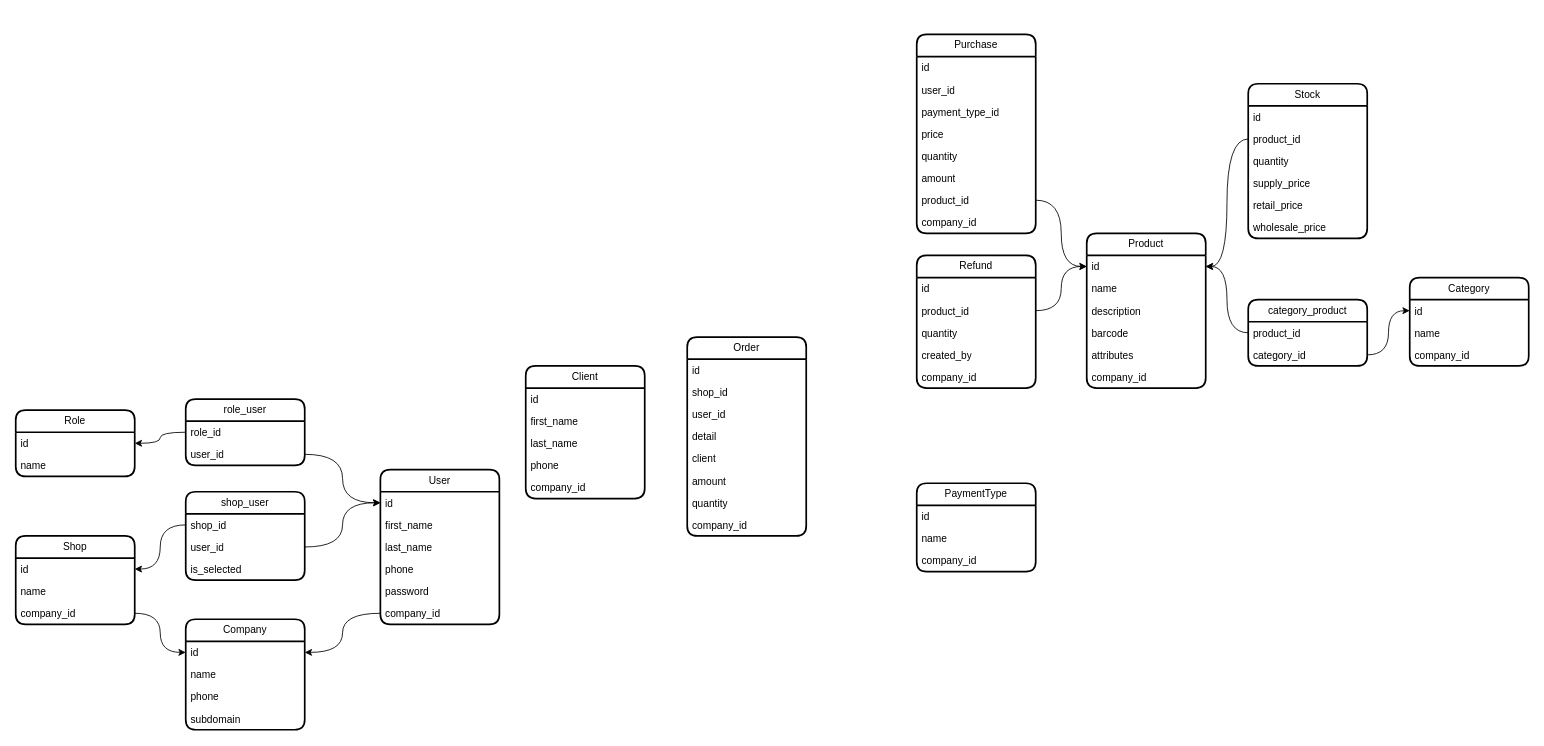
Before: page "v3" (1 of 3) of karsoft-wsm.drawio in iztileuoff/databases, a draw.io diagram. Source tidied: cells renumbered, new cells numbered last; positions are measured from the earlier drawing's top-left corner, leaving out a move shared by most shapes. Both pictures are drawn from the tidied source at 85%, with x=0, y=0 at pixel (15, 34).
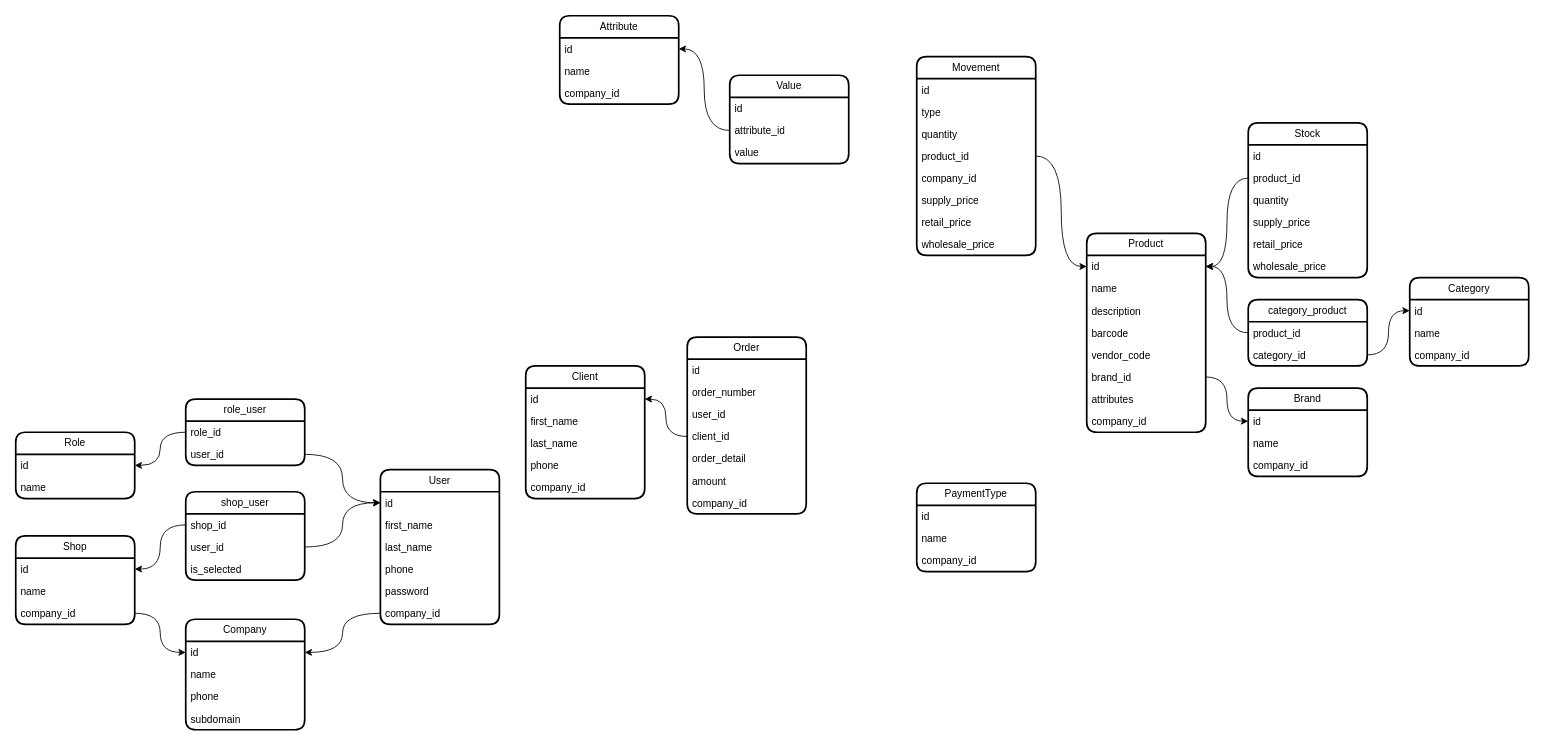
After the change.

Unchanged cells that the change refers to:
```xml
<mxCell id="14" value="id" style="text;strokeColor=none;fillColor=none;align=left;verticalAlign=top;spacingLeft=4;spacingRight=4;overflow=hidden;points=[[0,0.5],[1,0.5]];portConstraint=eastwest;whiteSpace=wrap;html=1;" parent="13" vertex="1">
  <mxGeometry y="26" width="140" height="26" as="geometry" />
</mxCell>
<mxCell id="88" value="id" style="text;strokeColor=none;fillColor=none;align=left;verticalAlign=top;spacingLeft=4;spacingRight=4;overflow=hidden;points=[[0,0.5],[1,0.5]];portConstraint=eastwest;whiteSpace=wrap;html=1;" parent="87" vertex="1">
  <mxGeometry y="26" width="140" height="26" as="geometry" />
</mxCell>
```

The edit, as a diff of the source:
```diff
@@
     <mxCell id="13" value="Product" style="swimlane;fontStyle=0;horizontal=1;startSize=26;fillColor=none;whiteSpace=wrap;html=1;rounded=1;shadow=0;glass=0;strokeWidth=2;" parent="1" vertex="1">
-      <mxGeometry x="1260" y="234" width="140" height="182" as="geometry" />
+      <mxGeometry x="1260" y="234" width="140" height="234" as="geometry" />
     </mxCell>
@@
+    <mxCell id="94" value="vendor_code" style="text;strokeColor=none;fillColor=none;align=left;verticalAlign=top;spacingLeft=4;spacingRight=4;overflow=hidden;whiteSpace=wrap;html=1;" parent="13" vertex="1">
+      <mxGeometry y="130" width="140" height="26" as="geometry" />
+    </mxCell>
+    <mxCell id="95" value="brand_id" style="text;strokeColor=none;fillColor=none;align=left;verticalAlign=top;spacingLeft=4;spacingRight=4;overflow=hidden;points=[[0,0.5],[1,0.5]];portConstraint=eastwest;whiteSpace=wrap;html=1;" parent="13" vertex="1">
+      <mxGeometry y="156" width="140" height="26" as="geometry" />
+    </mxCell>
     <mxCell id="18" value="attributes" style="text;strokeColor=none;fillColor=none;align=left;verticalAlign=top;spacingLeft=4;spacingRight=4;overflow=hidden;whiteSpace=wrap;html=1;" parent="13" vertex="1">
-      <mxGeometry y="130" width="140" height="26" as="geometry" />
+      <mxGeometry y="182" width="140" height="26" as="geometry" />
     </mxCell>
     <mxCell id="19" value="company_id" style="text;strokeColor=none;fillColor=none;align=left;verticalAlign=top;spacingLeft=4;spacingRight=4;overflow=hidden;whiteSpace=wrap;html=1;" parent="13" vertex="1">
-      <mxGeometry y="156" width="140" height="26" as="geometry" />
+      <mxGeometry y="208" width="140" height="26" as="geometry" />
     </mxCell>
@@
     <mxCell id="24" value="Stock" style="swimlane;fontStyle=0;horizontal=1;startSize=26;fillColor=none;whiteSpace=wrap;html=1;rounded=1;shadow=0;glass=0;strokeWidth=2;" parent="1" vertex="1">
-      <mxGeometry x="1450" y="58" width="140" height="182" as="geometry" />
+      <mxGeometry x="1450" y="104" width="140" height="182" as="geometry" />
     </mxCell>
@@
     <mxCell id="32" value="Order" style="swimlane;fontStyle=0;horizontal=1;startSize=26;fillColor=none;whiteSpace=wrap;html=1;rounded=1;shadow=0;glass=0;strokeWidth=2;" parent="1" vertex="1">
-      <mxGeometry x="790" y="356" width="140" height="234" as="geometry" />
+      <mxGeometry x="790" y="356" width="140" height="208" as="geometry" />
     </mxCell>
@@
-    <mxCell id="34" value="shop_id" style="text;strokeColor=none;fillColor=none;align=left;verticalAlign=top;spacingLeft=4;spacingRight=4;overflow=hidden;whiteSpace=wrap;html=1;" parent="32" vertex="1">
-      <mxGeometry y="52" width="140" height="26" as="geometry" />
-    </mxCell>
+    <mxCell id="96" value="order_number" style="text;strokeColor=none;fillColor=none;align=left;verticalAlign=top;spacingLeft=4;spacingRight=4;overflow=hidden;whiteSpace=wrap;html=1;" parent="32" vertex="1">
+      <mxGeometry y="52" width="140" height="26" as="geometry" />
+    </mxCell>
@@
+    <mxCell id="97" value="client_id" style="text;strokeColor=none;fillColor=none;align=left;verticalAlign=top;spacingLeft=4;spacingRight=4;overflow=hidden;points=[[0,0.5],[1,0.5]];portConstraint=eastwest;whiteSpace=wrap;html=1;" parent="32" vertex="1">
+      <mxGeometry y="104" width="140" height="26" as="geometry" />
+    </mxCell>
-    <mxCell id="36" value="detail" style="text;strokeColor=none;fillColor=none;align=left;verticalAlign=top;spacingLeft=4;spacingRight=4;overflow=hidden;whiteSpace=wrap;html=1;" parent="32" vertex="1">
-      <mxGeometry y="104" width="140" height="26" as="geometry" />
+    <mxCell id="36" value="order_detail" style="text;strokeColor=none;fillColor=none;align=left;verticalAlign=top;spacingLeft=4;spacingRight=4;overflow=hidden;whiteSpace=wrap;html=1;" parent="32" vertex="1">
+      <mxGeometry y="130" width="140" height="26" as="geometry" />
     </mxCell>
-    <mxCell id="37" value="client" style="text;strokeColor=none;fillColor=none;align=left;verticalAlign=top;spacingLeft=4;spacingRight=4;overflow=hidden;whiteSpace=wrap;html=1;" parent="32" vertex="1">
-      <mxGeometry y="130" width="140" height="26" as="geometry" />
-    </mxCell>
@@
-    <mxCell id="39" value="quantity" style="text;strokeColor=none;fillColor=none;align=left;verticalAlign=top;spacingLeft=4;spacingRight=4;overflow=hidden;whiteSpace=wrap;html=1;" parent="32" vertex="1">
-      <mxGeometry y="182" width="140" height="26" as="geometry" />
-    </mxCell>
     <mxCell id="40" value="company_id" style="text;strokeColor=none;fillColor=none;align=left;verticalAlign=top;spacingLeft=4;spacingRight=4;overflow=hidden;whiteSpace=wrap;html=1;" parent="32" vertex="1">
-      <mxGeometry y="208" width="140" height="26" as="geometry" />
+      <mxGeometry y="182" width="140" height="26" as="geometry" />
     </mxCell>
@@
-    <mxCell id="45" value="Purchase" style="swimlane;fontStyle=0;horizontal=1;startSize=26;fillColor=none;whiteSpace=wrap;html=1;rounded=1;shadow=0;glass=0;strokeWidth=2;" parent="1" vertex="1">
-      <mxGeometry x="1060" width="140" height="234" as="geometry" />
+    <mxCell id="45" value="Movement" style="swimlane;fontStyle=0;horizontal=1;startSize=26;fillColor=none;whiteSpace=wrap;html=1;rounded=1;shadow=0;glass=0;strokeWidth=2;" parent="1" vertex="1">
+      <mxGeometry x="1060" y="26" width="140" height="234" as="geometry" />
     </mxCell>
@@
-    <mxCell id="47" value="user_id" style="text;strokeColor=none;fillColor=none;align=left;verticalAlign=top;spacingLeft=4;spacingRight=4;overflow=hidden;whiteSpace=wrap;html=1;" parent="45" vertex="1">
-      <mxGeometry y="52" width="140" height="26" as="geometry" />
-    </mxCell>
-    <mxCell id="48" value="payment_type_id" style="text;strokeColor=none;fillColor=none;align=left;verticalAlign=top;spacingLeft=4;spacingRight=4;overflow=hidden;whiteSpace=wrap;html=1;" parent="45" vertex="1">
-      <mxGeometry y="78" width="140" height="26" as="geometry" />
-    </mxCell>
-    <mxCell id="49" value="price" style="text;strokeColor=none;fillColor=none;align=left;verticalAlign=top;spacingLeft=4;spacingRight=4;overflow=hidden;whiteSpace=wrap;html=1;" parent="45" vertex="1">
-      <mxGeometry y="104" width="140" height="26" as="geometry" />
-    </mxCell>
+    <mxCell id="98" value="type" style="text;strokeColor=none;fillColor=none;align=left;verticalAlign=top;spacingLeft=4;spacingRight=4;overflow=hidden;whiteSpace=wrap;html=1;" parent="45" vertex="1">
+      <mxGeometry y="52" width="140" height="26" as="geometry" />
+    </mxCell>
     <mxCell id="50" value="quantity" style="text;strokeColor=none;fillColor=none;align=left;verticalAlign=top;spacingLeft=4;spacingRight=4;overflow=hidden;whiteSpace=wrap;html=1;" parent="45" vertex="1">
-      <mxGeometry y="130" width="140" height="26" as="geometry" />
+      <mxGeometry y="78" width="140" height="26" as="geometry" />
     </mxCell>
-    <mxCell id="51" value="amount" style="text;strokeColor=none;fillColor=none;align=left;verticalAlign=top;spacingLeft=4;spacingRight=4;overflow=hidden;whiteSpace=wrap;html=1;" parent="45" vertex="1">
-      <mxGeometry y="156" width="140" height="26" as="geometry" />
-    </mxCell>
     <mxCell id="52" value="product_id" style="text;strokeColor=none;fillColor=none;align=left;verticalAlign=top;spacingLeft=4;spacingRight=4;overflow=hidden;points=[[0,0.5],[1,0.5]];portConstraint=eastwest;whiteSpace=wrap;html=1;" parent="45" vertex="1">
-      <mxGeometry y="182" width="140" height="26" as="geometry" />
+      <mxGeometry y="104" width="140" height="26" as="geometry" />
     </mxCell>
     <mxCell id="53" value="company_id" style="text;strokeColor=none;fillColor=none;align=left;verticalAlign=top;spacingLeft=4;spacingRight=4;overflow=hidden;whiteSpace=wrap;html=1;" parent="45" vertex="1">
-      <mxGeometry y="208" width="140" height="26" as="geometry" />
+      <mxGeometry y="130" width="140" height="26" as="geometry" />
     </mxCell>
+    <mxCell id="99" value="supply_price" style="text;strokeColor=none;fillColor=none;align=left;verticalAlign=top;spacingLeft=4;spacingRight=4;overflow=hidden;whiteSpace=wrap;html=1;" parent="45" vertex="1">
+      <mxGeometry y="156" width="140" height="26" as="geometry" />
+    </mxCell>
+    <mxCell id="100" value="retail_price" style="text;strokeColor=none;fillColor=none;align=left;verticalAlign=top;spacingLeft=4;spacingRight=4;overflow=hidden;whiteSpace=wrap;html=1;" parent="45" vertex="1">
+      <mxGeometry y="182" width="140" height="26" as="geometry" />
+    </mxCell>
+    <mxCell id="101" value="wholesale_price" style="text;strokeColor=none;fillColor=none;align=left;verticalAlign=top;spacingLeft=4;spacingRight=4;overflow=hidden;whiteSpace=wrap;html=1;" parent="45" vertex="1">
+      <mxGeometry y="208" width="140" height="26" as="geometry" />
+    </mxCell>
@@
-    <mxCell id="55" value="Refund" style="swimlane;fontStyle=0;horizontal=1;startSize=26;fillColor=none;whiteSpace=wrap;html=1;rounded=1;shadow=0;glass=0;strokeWidth=2;" parent="1" vertex="1">
-      <mxGeometry x="1060" y="260" width="140" height="156" as="geometry" />
-    </mxCell>
-    <mxCell id="56" value="id" style="text;strokeColor=none;fillColor=none;align=left;verticalAlign=top;spacingLeft=4;spacingRight=4;overflow=hidden;whiteSpace=wrap;html=1;" parent="55" vertex="1">
-      <mxGeometry y="26" width="140" height="26" as="geometry" />
-    </mxCell>
-    <mxCell id="57" value="product_id" style="text;strokeColor=none;fillColor=none;align=left;verticalAlign=top;spacingLeft=4;spacingRight=4;overflow=hidden;points=[[0,0.5],[1,0.5]];portConstraint=eastwest;whiteSpace=wrap;html=1;" parent="55" vertex="1">
-      <mxGeometry y="52" width="140" height="26" as="geometry" />
-    </mxCell>
-    <mxCell id="58" value="quantity" style="text;strokeColor=none;fillColor=none;align=left;verticalAlign=top;spacingLeft=4;spacingRight=4;overflow=hidden;whiteSpace=wrap;html=1;" parent="55" vertex="1">
-      <mxGeometry y="78" width="140" height="26" as="geometry" />
-    </mxCell>
-    <mxCell id="59" value="created_by" style="text;strokeColor=none;fillColor=none;align=left;verticalAlign=top;spacingLeft=4;spacingRight=4;overflow=hidden;whiteSpace=wrap;html=1;" parent="55" vertex="1">
-      <mxGeometry y="104" width="140" height="26" as="geometry" />
-    </mxCell>
-    <mxCell id="60" value="company_id" style="text;strokeColor=none;fillColor=none;align=left;verticalAlign=top;spacingLeft=4;spacingRight=4;overflow=hidden;whiteSpace=wrap;html=1;" parent="55" vertex="1">
-      <mxGeometry y="130" width="140" height="26" as="geometry" />
-    </mxCell>
@@
     <mxCell id="67" value="Role" style="swimlane;fontStyle=0;horizontal=1;startSize=26;fillColor=none;whiteSpace=wrap;html=1;rounded=1;shadow=0;glass=0;strokeWidth=2;" parent="1" vertex="1">
-      <mxGeometry y="442" width="140" height="78" as="geometry" />
+      <mxGeometry y="468" width="140" height="78" as="geometry" />
     </mxCell>
@@
-    <mxCell id="93" style="edgeStyle=orthogonalEdgeStyle;rounded=0;jettySize=auto;html=1;entryX=0;entryY=0.5;entryDx=0;entryDy=0;curved=1;" parent="1" edge="1" source="57" target="14">
-      <mxGeometry relative="1" as="geometry" />
-    </mxCell>
+    <mxCell id="102" value="Attribute" style="swimlane;fontStyle=0;horizontal=1;startSize=26;fillColor=none;whiteSpace=wrap;html=1;rounded=1;shadow=0;glass=0;strokeWidth=2;" parent="1" vertex="1">
+      <mxGeometry x="640" y="-22" width="140" height="104" as="geometry" />
+    </mxCell>
+    <mxCell id="103" value="id" style="text;strokeColor=none;fillColor=none;align=left;verticalAlign=top;spacingLeft=4;spacingRight=4;overflow=hidden;points=[[0,0.5],[1,0.5]];portConstraint=eastwest;whiteSpace=wrap;html=1;" parent="102" vertex="1">
+      <mxGeometry y="26" width="140" height="26" as="geometry" />
+    </mxCell>
+    <mxCell id="104" value="name" style="text;strokeColor=none;fillColor=none;align=left;verticalAlign=top;spacingLeft=4;spacingRight=4;overflow=hidden;whiteSpace=wrap;html=1;" parent="102" vertex="1">
+      <mxGeometry y="52" width="140" height="26" as="geometry" />
+    </mxCell>
+    <mxCell id="105" value="company_id" style="text;strokeColor=none;fillColor=none;align=left;verticalAlign=top;spacingLeft=4;spacingRight=4;overflow=hidden;whiteSpace=wrap;html=1;" parent="102" vertex="1">
+      <mxGeometry y="78" width="140" height="26" as="geometry" />
+    </mxCell>
+    <mxCell id="106" value="Value" style="swimlane;fontStyle=0;horizontal=1;startSize=26;fillColor=none;whiteSpace=wrap;html=1;rounded=1;shadow=0;glass=0;strokeWidth=2;" parent="1" vertex="1">
+      <mxGeometry x="840" y="48" width="140" height="104" as="geometry" />
+    </mxCell>
+    <mxCell id="107" value="id" style="text;strokeColor=none;fillColor=none;align=left;verticalAlign=top;spacingLeft=4;spacingRight=4;overflow=hidden;whiteSpace=wrap;html=1;" parent="106" vertex="1">
+      <mxGeometry y="26" width="140" height="26" as="geometry" />
+    </mxCell>
+    <mxCell id="108" value="attribute_id" style="text;strokeColor=none;fillColor=none;align=left;verticalAlign=top;spacingLeft=4;spacingRight=4;overflow=hidden;points=[[0,0.5],[1,0.5]];portConstraint=eastwest;whiteSpace=wrap;html=1;" parent="106" vertex="1">
+      <mxGeometry y="52" width="140" height="26" as="geometry" />
+    </mxCell>
+    <mxCell id="109" value="value" style="text;strokeColor=none;fillColor=none;align=left;verticalAlign=top;spacingLeft=4;spacingRight=4;overflow=hidden;whiteSpace=wrap;html=1;" parent="106" vertex="1">
+      <mxGeometry y="78" width="140" height="26" as="geometry" />
+    </mxCell>
+    <mxCell id="110" style="edgeStyle=orthogonalEdgeStyle;rounded=0;jettySize=auto;html=1;entryX=1;entryY=0.5;entryDx=0;entryDy=0;curved=1;" parent="1" edge="1" source="108" target="103">
+      <mxGeometry relative="1" as="geometry" />
+    </mxCell>
+    <mxCell id="111" value="Brand" style="swimlane;fontStyle=0;horizontal=1;startSize=26;fillColor=none;whiteSpace=wrap;html=1;rounded=1;shadow=0;glass=0;strokeWidth=2;" parent="1" vertex="1">
+      <mxGeometry x="1450" y="416" width="140" height="104" as="geometry" />
+    </mxCell>
+    <mxCell id="112" value="id" style="text;strokeColor=none;fillColor=none;align=left;verticalAlign=top;spacingLeft=4;spacingRight=4;overflow=hidden;points=[[0,0.5],[1,0.5]];portConstraint=eastwest;whiteSpace=wrap;html=1;" parent="111" vertex="1">
+      <mxGeometry y="26" width="140" height="26" as="geometry" />
+    </mxCell>
+    <mxCell id="113" value="name" style="text;strokeColor=none;fillColor=none;align=left;verticalAlign=top;spacingLeft=4;spacingRight=4;overflow=hidden;whiteSpace=wrap;html=1;" parent="111" vertex="1">
+      <mxGeometry y="52" width="140" height="26" as="geometry" />
+    </mxCell>
+    <mxCell id="114" value="company_id" style="text;strokeColor=none;fillColor=none;align=left;verticalAlign=top;spacingLeft=4;spacingRight=4;overflow=hidden;whiteSpace=wrap;html=1;" parent="111" vertex="1">
+      <mxGeometry y="78" width="140" height="26" as="geometry" />
+    </mxCell>
+    <mxCell id="115" style="edgeStyle=orthogonalEdgeStyle;rounded=0;jettySize=auto;html=1;entryX=0;entryY=0.5;entryDx=0;entryDy=0;curved=1;" parent="1" edge="1" source="95" target="112">
+      <mxGeometry relative="1" as="geometry" />
+    </mxCell>
+    <mxCell id="116" style="edgeStyle=orthogonalEdgeStyle;rounded=0;jettySize=auto;html=1;entryX=1;entryY=0.5;entryDx=0;entryDy=0;curved=1;" parent="1" edge="1" source="97" target="88">
+      <mxGeometry relative="1" as="geometry" />
+    </mxCell>
```
